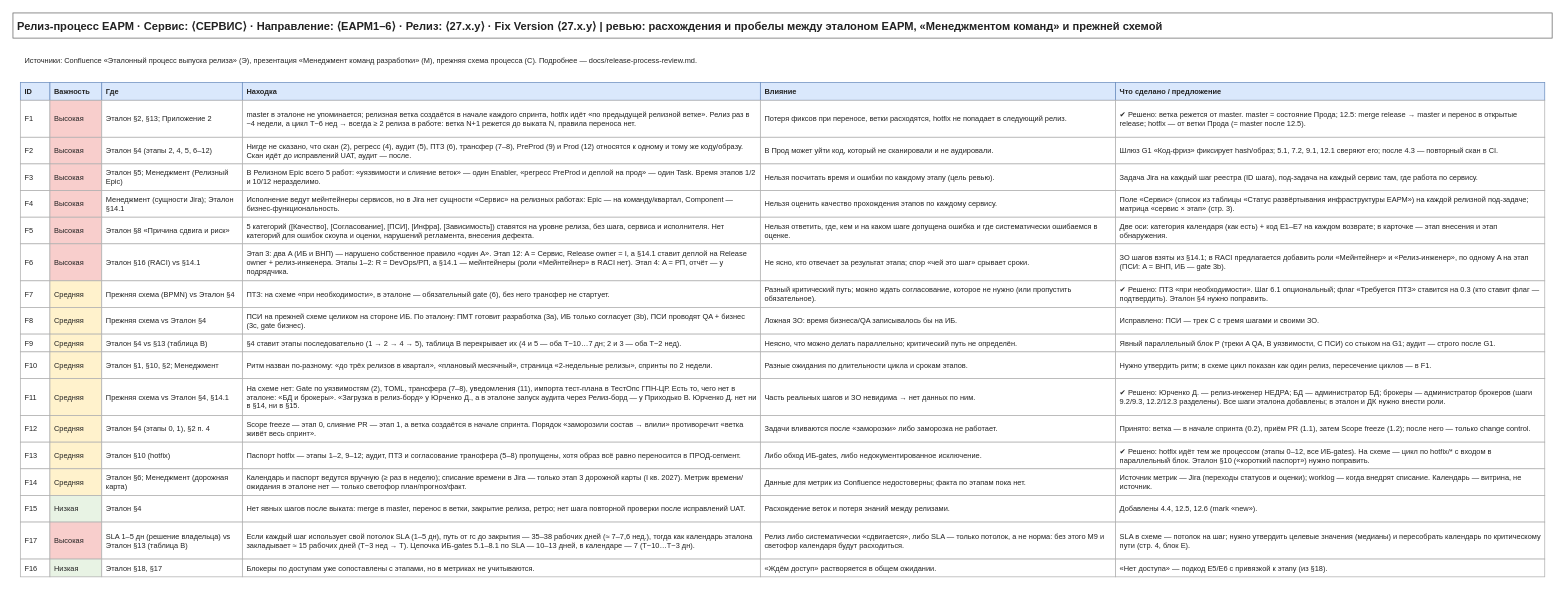
The draw.io diagram page "5. Ревью процессов" (5 of 5) of docs/drawio/10-release-process.drawio in KMNV777/main_arsen, before the edit. Source tidied: cells renumbered, new cells numbered last; positions are measured from the earlier drawing's top-left corner, leaving out a move shared by most shapes. Both pictures are drawn from the tidied source at 74%, with x=0, y=0 at pixel (13, 13).
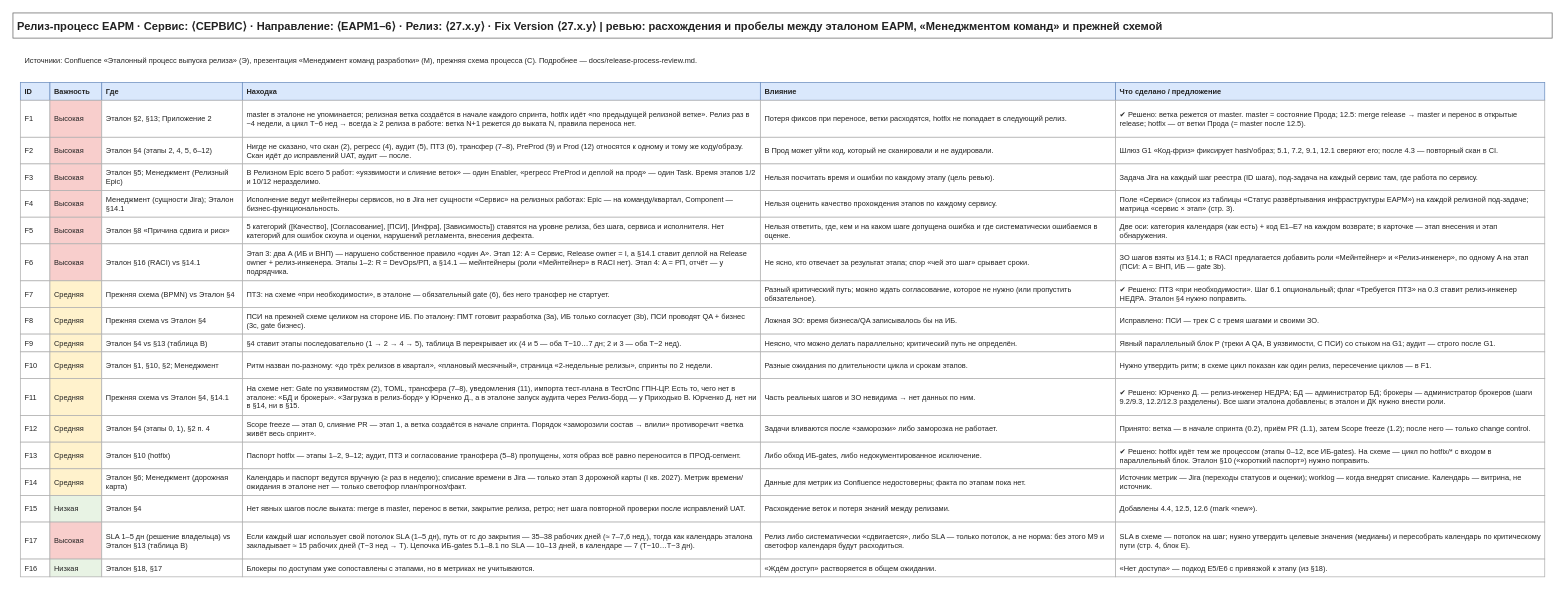
The same page after the edit.

Diff of the diagram source:
```diff
@@
-    <mxCell id="51" value="✔ Решено: ПТЗ «при необходимости». Шаг 6.1 опциональный; флаг «Требуется ПТЗ» ставится на 0.3 (кто ставит флаг — подтвердить). Эталон §4 нужно поправить." style="rounded=0;whiteSpace=wrap;html=1;fillColor=#FFFFFF;strokeColor=#B0B0B0;strokeWidth=1;fontSize=10;fontColor=#222222;align=left;verticalAlign=middle;spacingLeft=4;spacingRight=4;spacingTop=2;spacingBottom=2;" parent="1" vertex="1">
+    <mxCell id="51" value="✔ Решено: ПТЗ «при необходимости». Шаг 6.1 опциональный; флаг «Требуется ПТЗ» на 0.3 ставит релиз-инженер НЕДРА. Эталон §4 нужно поправить." style="rounded=0;whiteSpace=wrap;html=1;fillColor=#FFFFFF;strokeColor=#B0B0B0;strokeWidth=1;fontSize=10;fontColor=#222222;align=left;verticalAlign=middle;spacingLeft=4;spacingRight=4;spacingTop=2;spacingBottom=2;" parent="1" vertex="1">
       <mxGeometry x="1490" y="362" width="580" height="36" as="geometry" />
     </mxCell>
```
